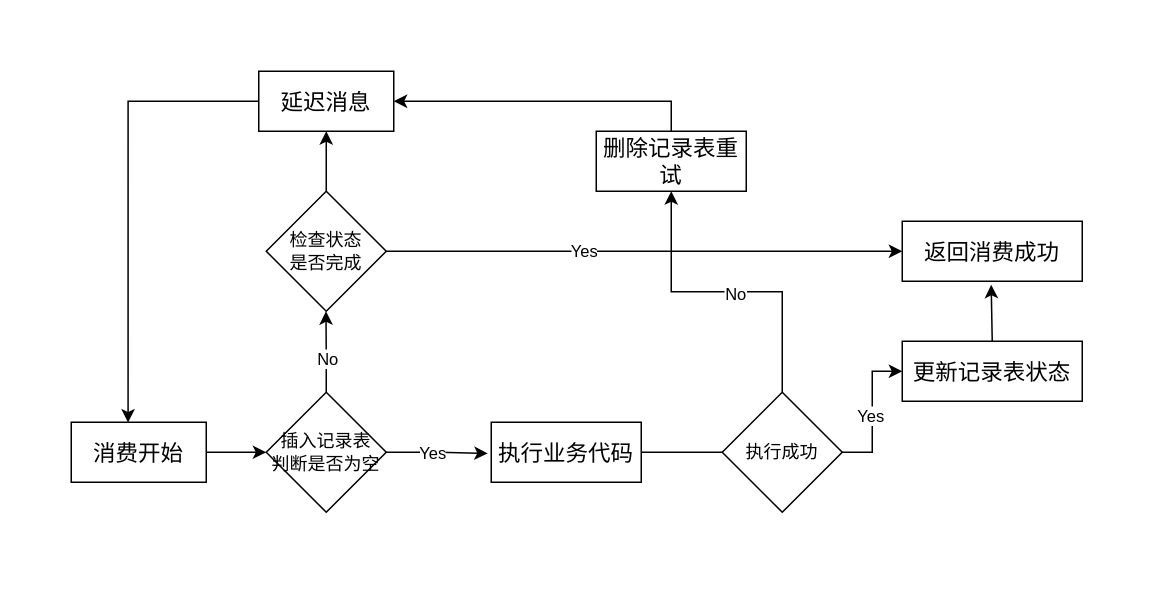
dyzmj/drawio keeps this draw.io diagram as page "第 1 页" (1 of 2) of java.drawio. Above is the earlier version. Source tidied: cells renumbered, new cells numbered last; positions are measured from the earlier drawing's top-left corner, leaving out a move shared by most shapes. Both pictures are drawn from the tidied source at 150%, with x=0, y=0 at pixel (70, 70).
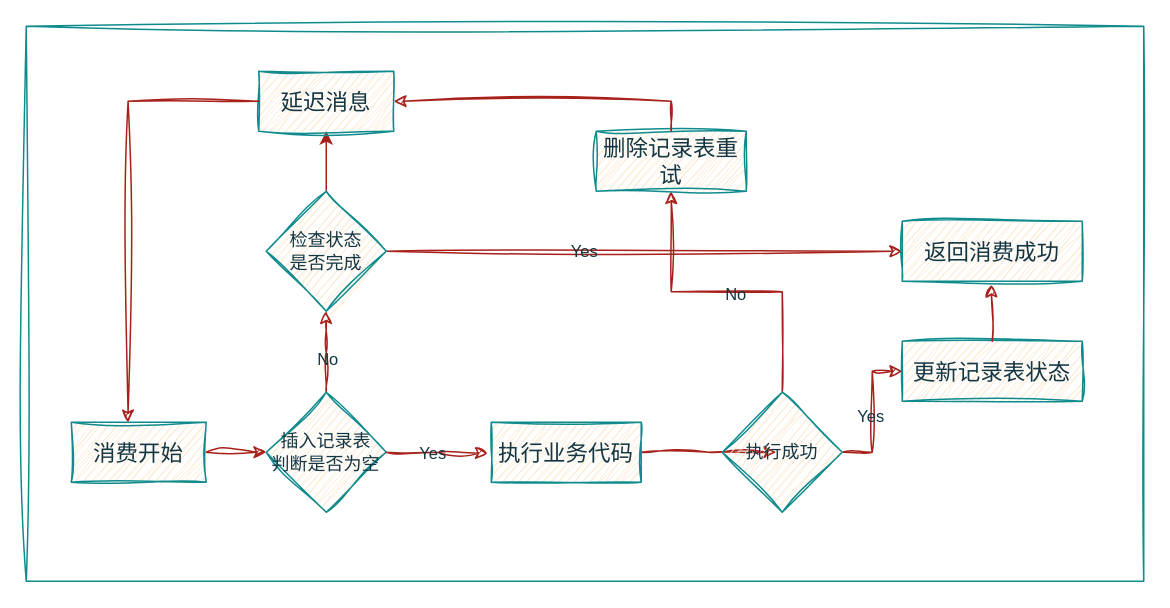
The same diagram, later.

Change to the diagram source:
```diff
@@
-<mxGraphModel>
+<mxGraphModel background="#ffffff">
@@
-    <mxCell id="2" style="edgeStyle=orthogonalEdgeStyle;rounded=0;jettySize=auto;html=1;exitX=1;exitY=0.5;exitDx=0;exitDy=0;entryX=0;entryY=0.5;entryDx=0;entryDy=0;" parent="1" edge="1" source="3" target="6">
+    <mxCell id="2" style="edgeStyle=orthogonalEdgeStyle;rounded=0;jettySize=auto;html=1;exitX=1;exitY=0.5;exitDx=0;exitDy=0;entryX=0;entryY=0.5;entryDx=0;entryDy=0;sketch=1;curveFitting=1;jiggle=2;labelBackgroundColor=none;strokeColor=#A8201A;fontColor=default;" parent="1" edge="1" source="3" target="6">
       <mxGeometry relative="1" as="geometry" />
     </mxCell>
-    <mxCell id="3" value="&lt;font style=&quot;font-size: 15px;&quot;&gt;消费开始&lt;/font&gt;" style="rounded=0;whiteSpace=wrap;html=1;" parent="1" vertex="1">
+    <mxCell id="3" value="&lt;font style=&quot;font-size: 15px;&quot;&gt;消费开始&lt;/font&gt;" style="rounded=0;whiteSpace=wrap;html=1;sketch=1;curveFitting=1;jiggle=2;labelBackgroundColor=none;fillColor=#FAE5C7;strokeColor=#0F8B8D;fontColor=#143642;" parent="1" vertex="1">
       <mxGeometry y="234" width="90" height="40" as="geometry" />
     </mxCell>
-    <mxCell id="4" style="edgeStyle=orthogonalEdgeStyle;rounded=0;jettySize=auto;html=1;exitX=0.5;exitY=0;exitDx=0;exitDy=0;" parent="1" edge="1" source="6">
+    <mxCell id="4" style="edgeStyle=orthogonalEdgeStyle;rounded=0;jettySize=auto;html=1;exitX=0.5;exitY=0;exitDx=0;exitDy=0;sketch=1;curveFitting=1;jiggle=2;labelBackgroundColor=none;strokeColor=#A8201A;fontColor=default;" parent="1" edge="1" source="6">
       <mxGeometry relative="1" as="geometry">
         <mxPoint x="169.8" y="160" as="targetPoint" />
       </mxGeometry>
     </mxCell>
-    <mxCell id="5" value="No" style="edgeLabel;html=1;align=center;verticalAlign=middle;" parent="4" vertex="1">
+    <mxCell id="5" value="No" style="edgeLabel;html=1;align=center;verticalAlign=middle;labelBackgroundColor=none;fontColor=#143642;" parent="4" vertex="1">
       <mxGeometry x="-0.13" relative="1" as="geometry">
         <mxPoint y="1" as="offset" />
       </mxGeometry>
     </mxCell>
-    <mxCell id="6" value="插入记录表&lt;div&gt;判断是否为空&lt;/div&gt;" style="rhombus;whiteSpace=wrap;html=1;" parent="1" vertex="1">
+    <mxCell id="6" value="插入记录表&lt;div&gt;判断是否为空&lt;/div&gt;" style="rhombus;whiteSpace=wrap;html=1;sketch=1;curveFitting=1;jiggle=2;labelBackgroundColor=none;fillColor=#FAE5C7;strokeColor=#0F8B8D;fontColor=#143642;" parent="1" vertex="1">
       <mxGeometry x="130" y="214" width="80" height="80" as="geometry" />
     </mxCell>
-    <mxCell id="7" style="edgeStyle=orthogonalEdgeStyle;rounded=0;jettySize=auto;html=1;exitX=1;exitY=0.5;exitDx=0;exitDy=0;" parent="1" edge="1" source="8">
+    <mxCell id="7" style="edgeStyle=orthogonalEdgeStyle;rounded=0;jettySize=auto;html=1;exitX=1;exitY=0.5;exitDx=0;exitDy=0;sketch=1;curveFitting=1;jiggle=2;labelBackgroundColor=none;strokeColor=#A8201A;fontColor=default;" parent="1" edge="1" source="8">
       <mxGeometry relative="1" as="geometry">
         <mxPoint x="470" y="254" as="targetPoint" />
       </mxGeometry>
     </mxCell>
-    <mxCell id="8" value="&lt;font style=&quot;font-size: 15px;&quot;&gt;执行业务代码&lt;/font&gt;" style="rounded=0;whiteSpace=wrap;html=1;" parent="1" vertex="1">
+    <mxCell id="8" value="&lt;font style=&quot;font-size: 15px;&quot;&gt;执行业务代码&lt;/font&gt;" style="rounded=0;whiteSpace=wrap;html=1;sketch=1;curveFitting=1;jiggle=2;labelBackgroundColor=none;fillColor=#FAE5C7;strokeColor=#0F8B8D;fontColor=#143642;" parent="1" vertex="1">
       <mxGeometry x="280" y="234" width="100" height="40" as="geometry" />
     </mxCell>
-    <mxCell id="9" style="edgeStyle=orthogonalEdgeStyle;rounded=0;jettySize=auto;html=1;exitX=1;exitY=0.5;exitDx=0;exitDy=0;entryX=0;entryY=0.5;entryDx=0;entryDy=0;" parent="1" edge="1" source="13" target="14">
+    <mxCell id="9" style="edgeStyle=orthogonalEdgeStyle;rounded=0;jettySize=auto;html=1;exitX=1;exitY=0.5;exitDx=0;exitDy=0;entryX=0;entryY=0.5;entryDx=0;entryDy=0;sketch=1;curveFitting=1;jiggle=2;labelBackgroundColor=none;strokeColor=#A8201A;fontColor=default;" parent="1" edge="1" source="13" target="14">
       <mxGeometry relative="1" as="geometry" />
     </mxCell>
-    <mxCell id="10" value="Yes" style="edgeLabel;html=1;align=center;verticalAlign=middle;" parent="9" vertex="1">
+    <mxCell id="10" value="Yes" style="edgeLabel;html=1;align=center;verticalAlign=middle;labelBackgroundColor=none;fontColor=#143642;" parent="9" vertex="1">
       <mxGeometry x="-0.05" y="2" relative="1" as="geometry" />
     </mxCell>
-    <mxCell id="11" style="edgeStyle=orthogonalEdgeStyle;rounded=0;jettySize=auto;html=1;exitX=0.5;exitY=0;exitDx=0;exitDy=0;entryX=0.5;entryY=1;entryDx=0;entryDy=0;" parent="1" edge="1" source="13" target="15">
+    <mxCell id="11" style="edgeStyle=orthogonalEdgeStyle;rounded=0;jettySize=auto;html=1;exitX=0.5;exitY=0;exitDx=0;exitDy=0;entryX=0.5;entryY=1;entryDx=0;entryDy=0;sketch=1;curveFitting=1;jiggle=2;labelBackgroundColor=none;strokeColor=#A8201A;fontColor=default;" parent="1" edge="1" source="13" target="15">
       <mxGeometry relative="1" as="geometry" />
     </mxCell>
-    <mxCell id="12" value="No" style="edgeLabel;html=1;align=center;verticalAlign=middle;" parent="11" vertex="1">
+    <mxCell id="12" value="No" style="edgeLabel;html=1;align=center;verticalAlign=middle;labelBackgroundColor=none;fontColor=#143642;" parent="11" vertex="1">
       <mxGeometry x="-0.05" y="1" relative="1" as="geometry" />
     </mxCell>
-    <mxCell id="13" value="执行成功" style="rhombus;whiteSpace=wrap;html=1;" parent="1" vertex="1">
+    <mxCell id="13" value="执行成功" style="rhombus;whiteSpace=wrap;html=1;sketch=1;curveFitting=1;jiggle=2;labelBackgroundColor=none;fillColor=#FAE5C7;strokeColor=#0F8B8D;fontColor=#143642;" parent="1" vertex="1">
       <mxGeometry x="434" y="214" width="80" height="80" as="geometry" />
     </mxCell>
-    <mxCell id="14" value="&lt;span style=&quot;font-size: 15px;&quot;&gt;更新记录表状态&lt;/span&gt;" style="rounded=0;whiteSpace=wrap;html=1;" parent="1" vertex="1">
+    <mxCell id="14" value="&lt;span style=&quot;font-size: 15px;&quot;&gt;更新记录表状态&lt;/span&gt;" style="rounded=0;whiteSpace=wrap;html=1;sketch=1;curveFitting=1;jiggle=2;labelBackgroundColor=none;fillColor=#FAE5C7;strokeColor=#0F8B8D;fontColor=#143642;" parent="1" vertex="1">
       <mxGeometry x="554" y="180" width="120" height="40" as="geometry" />
     </mxCell>
-    <mxCell id="15" value="&lt;font style=&quot;font-size: 15px;&quot;&gt;删除记录表重试&lt;/font&gt;" style="rounded=0;whiteSpace=wrap;html=1;" parent="1" vertex="1">
+    <mxCell id="15" value="&lt;font style=&quot;font-size: 15px;&quot;&gt;删除记录表重试&lt;/font&gt;" style="rounded=0;whiteSpace=wrap;html=1;sketch=1;curveFitting=1;jiggle=2;labelBackgroundColor=none;fillColor=#FAE5C7;strokeColor=#0F8B8D;fontColor=#143642;" parent="1" vertex="1">
       <mxGeometry x="350" y="40" width="100" height="40" as="geometry" />
     </mxCell>
-    <mxCell id="16" style="edgeStyle=orthogonalEdgeStyle;rounded=0;jettySize=auto;html=1;exitX=1;exitY=0.5;exitDx=0;exitDy=0;entryX=0;entryY=0.5;entryDx=0;entryDy=0;" parent="1" edge="1" source="19" target="20">
+    <mxCell id="16" style="edgeStyle=orthogonalEdgeStyle;rounded=0;jettySize=auto;html=1;exitX=1;exitY=0.5;exitDx=0;exitDy=0;entryX=0;entryY=0.5;entryDx=0;entryDy=0;sketch=1;curveFitting=1;jiggle=2;labelBackgroundColor=none;strokeColor=#A8201A;fontColor=default;" parent="1" edge="1" source="19" target="20">
       <mxGeometry relative="1" as="geometry" />
     </mxCell>
-    <mxCell id="17" value="Yes" style="edgeLabel;html=1;align=center;verticalAlign=middle;" parent="16" vertex="1">
+    <mxCell id="17" value="Yes" style="edgeLabel;html=1;align=center;verticalAlign=middle;labelBackgroundColor=none;fontColor=#143642;" parent="16" vertex="1">
       <mxGeometry x="-0.24" y="1" relative="1" as="geometry" />
     </mxCell>
-    <mxCell id="18" style="edgeStyle=orthogonalEdgeStyle;rounded=0;jettySize=auto;html=1;exitX=0.5;exitY=0;exitDx=0;exitDy=0;" parent="1" edge="1" source="19">
+    <mxCell id="18" style="edgeStyle=orthogonalEdgeStyle;rounded=0;jettySize=auto;html=1;exitX=0.5;exitY=0;exitDx=0;exitDy=0;labelBackgroundColor=none;strokeColor=#A8201A;fontColor=default;" parent="1" edge="1" source="19">
       <mxGeometry relative="1" as="geometry">
         <mxPoint x="170" y="40" as="targetPoint" />
       </mxGeometry>
     </mxCell>
-    <mxCell id="19" value="检查状态&lt;div&gt;是否完成&lt;/div&gt;" style="rhombus;whiteSpace=wrap;html=1;" parent="1" vertex="1">
+    <mxCell id="19" value="检查状态&lt;div&gt;是否完成&lt;/div&gt;" style="rhombus;whiteSpace=wrap;html=1;sketch=1;curveFitting=1;jiggle=2;labelBackgroundColor=none;fillColor=#FAE5C7;strokeColor=#0F8B8D;fontColor=#143642;" parent="1" vertex="1">
       <mxGeometry x="130" y="80" width="80" height="80" as="geometry" />
     </mxCell>
-    <mxCell id="20" value="&lt;span style=&quot;font-size: 15px;&quot;&gt;返回消费成功&lt;/span&gt;" style="rounded=0;whiteSpace=wrap;html=1;" parent="1" vertex="1">
+    <mxCell id="20" value="&lt;span style=&quot;font-size: 15px;&quot;&gt;返回消费成功&lt;/span&gt;" style="rounded=0;whiteSpace=wrap;html=1;sketch=1;curveFitting=1;jiggle=2;labelBackgroundColor=none;fillColor=#FAE5C7;strokeColor=#0F8B8D;fontColor=#143642;" parent="1" vertex="1">
       <mxGeometry x="554" y="100" width="120" height="40" as="geometry" />
     </mxCell>
-    <mxCell id="21" value="&lt;span style=&quot;font-size: 15px;&quot;&gt;延迟消息&lt;/span&gt;" style="rounded=0;whiteSpace=wrap;html=1;" parent="1" vertex="1">
+    <mxCell id="21" value="&lt;span style=&quot;font-size: 15px;&quot;&gt;延迟消息&lt;/span&gt;" style="rounded=0;whiteSpace=wrap;html=1;sketch=1;curveFitting=1;jiggle=2;labelBackgroundColor=none;fillColor=#FAE5C7;strokeColor=#0F8B8D;fontColor=#143642;" parent="1" vertex="1">
       <mxGeometry x="125" width="90" height="40" as="geometry" />
     </mxCell>
-    <mxCell id="22" style="edgeStyle=orthogonalEdgeStyle;rounded=0;jettySize=auto;html=1;exitX=0.5;exitY=0;exitDx=0;exitDy=0;entryX=1;entryY=0.5;entryDx=0;entryDy=0;" parent="1" edge="1" source="15" target="21">
+    <mxCell id="22" style="edgeStyle=orthogonalEdgeStyle;rounded=0;jettySize=auto;html=1;exitX=0.5;exitY=0;exitDx=0;exitDy=0;entryX=1;entryY=0.5;entryDx=0;entryDy=0;sketch=1;curveFitting=1;jiggle=2;labelBackgroundColor=none;strokeColor=#A8201A;fontColor=default;" parent="1" edge="1" source="15" target="21">
       <mxGeometry relative="1" as="geometry" />
     </mxCell>
-    <mxCell id="23" style="edgeStyle=orthogonalEdgeStyle;rounded=0;jettySize=auto;html=1;exitX=0;exitY=0.5;exitDx=0;exitDy=0;entryX=0.421;entryY=0.004;entryDx=0;entryDy=0;entryPerimeter=0;" parent="1" edge="1" source="21" target="3">
+    <mxCell id="23" style="edgeStyle=orthogonalEdgeStyle;rounded=0;jettySize=auto;html=1;exitX=0;exitY=0.5;exitDx=0;exitDy=0;entryX=0.421;entryY=0.004;entryDx=0;entryDy=0;entryPerimeter=0;sketch=1;curveFitting=1;jiggle=2;labelBackgroundColor=none;strokeColor=#A8201A;fontColor=default;" parent="1" edge="1" source="21" target="3">
       <mxGeometry relative="1" as="geometry" />
     </mxCell>
-    <mxCell id="24" style="edgeStyle=orthogonalEdgeStyle;rounded=0;jettySize=auto;html=1;exitX=0.5;exitY=0;exitDx=0;exitDy=0;entryX=0.494;entryY=1.058;entryDx=0;entryDy=0;entryPerimeter=0;" parent="1" edge="1" source="14" target="20">
+    <mxCell id="24" style="edgeStyle=orthogonalEdgeStyle;rounded=0;jettySize=auto;html=1;exitX=0.5;exitY=0;exitDx=0;exitDy=0;entryX=0.494;entryY=1.058;entryDx=0;entryDy=0;entryPerimeter=0;sketch=1;curveFitting=1;jiggle=2;labelBackgroundColor=none;strokeColor=#A8201A;fontColor=default;" parent="1" edge="1" source="14" target="20">
       <mxGeometry relative="1" as="geometry" />
     </mxCell>
-    <mxCell id="25" style="edgeStyle=orthogonalEdgeStyle;rounded=0;jettySize=auto;html=1;exitX=1;exitY=0.5;exitDx=0;exitDy=0;entryX=-0.023;entryY=0.519;entryDx=0;entryDy=0;entryPerimeter=0;" parent="1" edge="1" source="6" target="8">
+    <mxCell id="25" style="edgeStyle=orthogonalEdgeStyle;rounded=0;jettySize=auto;html=1;exitX=1;exitY=0.5;exitDx=0;exitDy=0;entryX=-0.023;entryY=0.519;entryDx=0;entryDy=0;entryPerimeter=0;sketch=1;curveFitting=1;jiggle=2;labelBackgroundColor=none;strokeColor=#A8201A;fontColor=default;" parent="1" edge="1" source="6" target="8">
       <mxGeometry relative="1" as="geometry" />
     </mxCell>
-    <mxCell id="26" value="Yes" style="edgeLabel;html=1;align=center;verticalAlign=middle;" parent="25" vertex="1">
+    <mxCell id="26" value="Yes" style="edgeLabel;html=1;align=center;verticalAlign=middle;labelBackgroundColor=none;fontColor=#143642;" parent="25" vertex="1">
       <mxGeometry x="-0.12" relative="1" as="geometry" />
     </mxCell>
+    <mxCell id="27" style="rounded=0;whiteSpace=wrap;html=1;sketch=1;hachureGap=4;jiggle=2;curveFitting=1;fontFamily=Architects Daughter;fillColor=none;labelBackgroundColor=none;strokeColor=#0F8B8D;fontColor=#143642;" parent="1" vertex="1">
+      <mxGeometry x="-30" y="-30" width="745" height="370" as="geometry" />
+    </mxCell>
```
